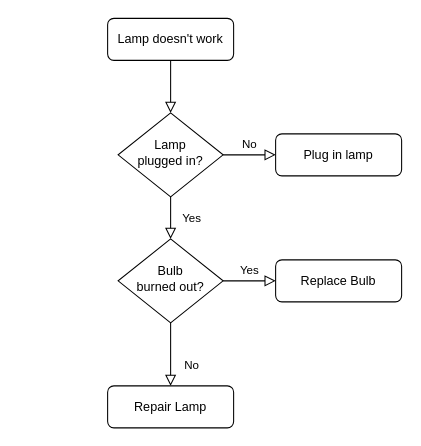
This is Diagrama sin título.drawio from guerreroxp/repositorio3, a draw.io file, before an edit. Source tidied: cells renumbered, new cells numbered last; positions are measured from the earlier drawing's top-left corner, leaving out a move shared by most shapes. Both pictures are drawn from the tidied source at 105%, with x=0, y=0 at pixel (107, 18).
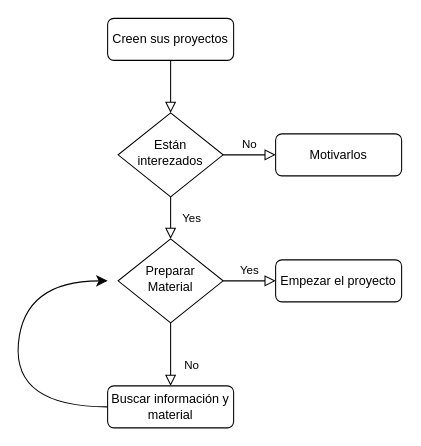
After the change.

Commit message:
Taller Programación

Change to the diagram source:
```diff
@@
 <mxGraphModel>
   <root>
     <mxCell id="0" />
     <mxCell id="1" parent="0" />
     <mxCell id="2" style="rounded=0;html=1;jettySize=auto;fontSize=11;endArrow=block;endFill=0;endSize=8;strokeWidth=1;shadow=0;labelBackgroundColor=none;edgeStyle=orthogonalEdgeStyle;" parent="1" edge="1" source="3" target="6">
       <mxGeometry relative="1" as="geometry" />
     </mxCell>
-    <mxCell id="3" value="Lamp doesn't work" style="rounded=1;whiteSpace=wrap;html=1;fontSize=12;glass=0;strokeWidth=1;shadow=0;" parent="1" vertex="1">
+    <mxCell id="3" value="Creen sus proyectos" style="rounded=1;whiteSpace=wrap;html=1;fontSize=12;glass=0;strokeWidth=1;shadow=0;" parent="1" vertex="1">
       <mxGeometry width="120" height="40" as="geometry" />
     </mxCell>
     <mxCell id="4" value="Yes" style="rounded=0;html=1;jettySize=auto;fontSize=11;endArrow=block;endFill=0;endSize=8;strokeWidth=1;shadow=0;labelBackgroundColor=none;edgeStyle=orthogonalEdgeStyle;" parent="1" edge="1" source="6" target="10">
       <mxGeometry y="20" relative="1" as="geometry" />
     </mxCell>
     <mxCell id="5" value="No" style="edgeStyle=orthogonalEdgeStyle;rounded=0;html=1;jettySize=auto;fontSize=11;endArrow=block;endFill=0;endSize=8;strokeWidth=1;shadow=0;labelBackgroundColor=none;" parent="1" edge="1" source="6" target="7">
       <mxGeometry y="10" relative="1" as="geometry" />
     </mxCell>
-    <mxCell id="6" value="Lamp&lt;br&gt;plugged in?" style="rhombus;whiteSpace=wrap;html=1;shadow=0;fontFamily=Helvetica;fontSize=12;align=center;strokeWidth=1;spacing=6;spacingTop=-4;" parent="1" vertex="1">
+    <mxCell id="6" value="Están interezados" style="rhombus;whiteSpace=wrap;html=1;shadow=0;fontFamily=Helvetica;fontSize=12;align=center;strokeWidth=1;spacing=6;spacingTop=-4;" parent="1" vertex="1">
       <mxGeometry x="10" y="90" width="100" height="80" as="geometry" />
     </mxCell>
-    <mxCell id="7" value="Plug in lamp" style="rounded=1;whiteSpace=wrap;html=1;fontSize=12;glass=0;strokeWidth=1;shadow=0;" parent="1" vertex="1">
+    <mxCell id="7" value="Motivarlos" style="rounded=1;whiteSpace=wrap;html=1;fontSize=12;glass=0;strokeWidth=1;shadow=0;" parent="1" vertex="1">
       <mxGeometry x="160" y="110" width="120" height="40" as="geometry" />
     </mxCell>
     <mxCell id="8" value="No" style="rounded=0;html=1;jettySize=auto;fontSize=11;endArrow=block;endFill=0;endSize=8;strokeWidth=1;shadow=0;labelBackgroundColor=none;edgeStyle=orthogonalEdgeStyle;" parent="1" edge="1" source="10" target="11">
       <mxGeometry x="0.33" y="20" relative="1" as="geometry" />
     </mxCell>
     <mxCell id="9" value="Yes" style="edgeStyle=orthogonalEdgeStyle;rounded=0;html=1;jettySize=auto;fontSize=11;endArrow=block;endFill=0;endSize=8;strokeWidth=1;shadow=0;labelBackgroundColor=none;" parent="1" edge="1" source="10" target="12">
       <mxGeometry y="10" relative="1" as="geometry" />
     </mxCell>
-    <mxCell id="10" value="Bulb&lt;br&gt;burned out?" style="rhombus;whiteSpace=wrap;html=1;shadow=0;fontFamily=Helvetica;fontSize=12;align=center;strokeWidth=1;spacing=6;spacingTop=-4;" parent="1" vertex="1">
+    <mxCell id="10" value="Preparar Material" style="rhombus;whiteSpace=wrap;html=1;shadow=0;fontFamily=Helvetica;fontSize=12;align=center;strokeWidth=1;spacing=6;spacingTop=-4;" parent="1" vertex="1">
       <mxGeometry x="10" y="210" width="100" height="80" as="geometry" />
     </mxCell>
-    <mxCell id="11" value="Repair Lamp" style="rounded=1;whiteSpace=wrap;html=1;fontSize=12;glass=0;strokeWidth=1;shadow=0;" parent="1" vertex="1">
+    <mxCell id="11" value="Buscar información y material" style="rounded=1;whiteSpace=wrap;html=1;fontSize=12;glass=0;strokeWidth=1;shadow=0;" parent="1" vertex="1">
       <mxGeometry y="350" width="120" height="40" as="geometry" />
     </mxCell>
-    <mxCell id="12" value="Replace Bulb" style="rounded=1;whiteSpace=wrap;html=1;fontSize=12;glass=0;strokeWidth=1;shadow=0;" parent="1" vertex="1">
+    <mxCell id="12" value="Empezar el proyecto" style="rounded=1;whiteSpace=wrap;html=1;fontSize=12;glass=0;strokeWidth=1;shadow=0;" parent="1" vertex="1">
       <mxGeometry x="160" y="230" width="120" height="40" as="geometry" />
     </mxCell>
+    <mxCell id="13" style="endArrow=classic;html=1;rounded=0;fontSize=12;startSize=8;endSize=8;curved=1;exitX=0;exitY=0.5;exitDx=0;exitDy=0;" parent="1" edge="1" source="11">
+      <mxGeometry relative="1" as="geometry">
+        <mxPoint y="250" as="targetPoint" />
+        <Array as="points">
+          <mxPoint x="-90" y="370" />
+          <mxPoint x="-80" y="250" />
+        </Array>
+      </mxGeometry>
+    </mxCell>
   </root>
 </mxGraphModel>
```
